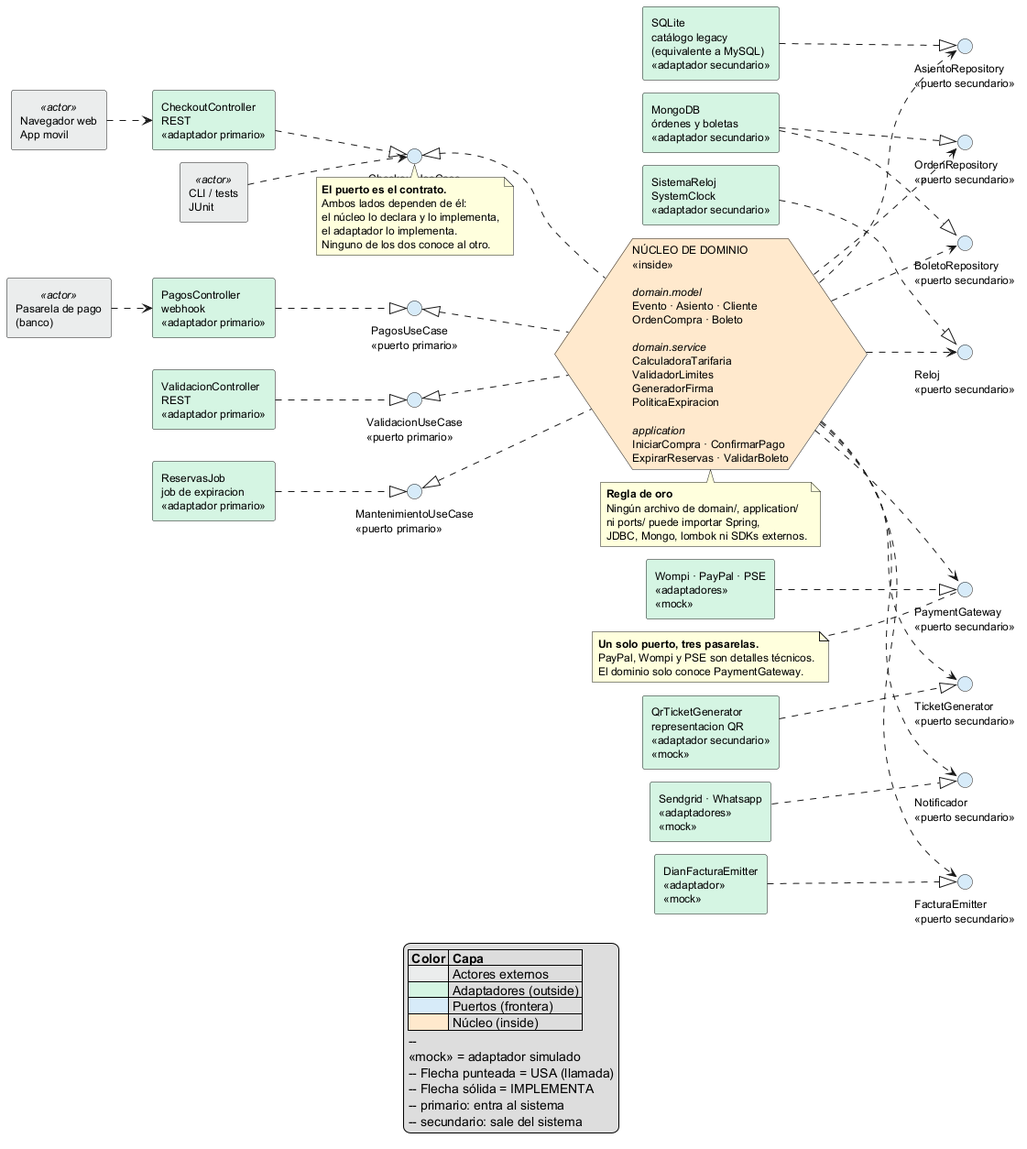
This is Docs/diagramas/png/arquitectura.png from darman-prog/StagePassLiveEvent-ConcertPlatform, a PlantUML export, as it was before one commit.
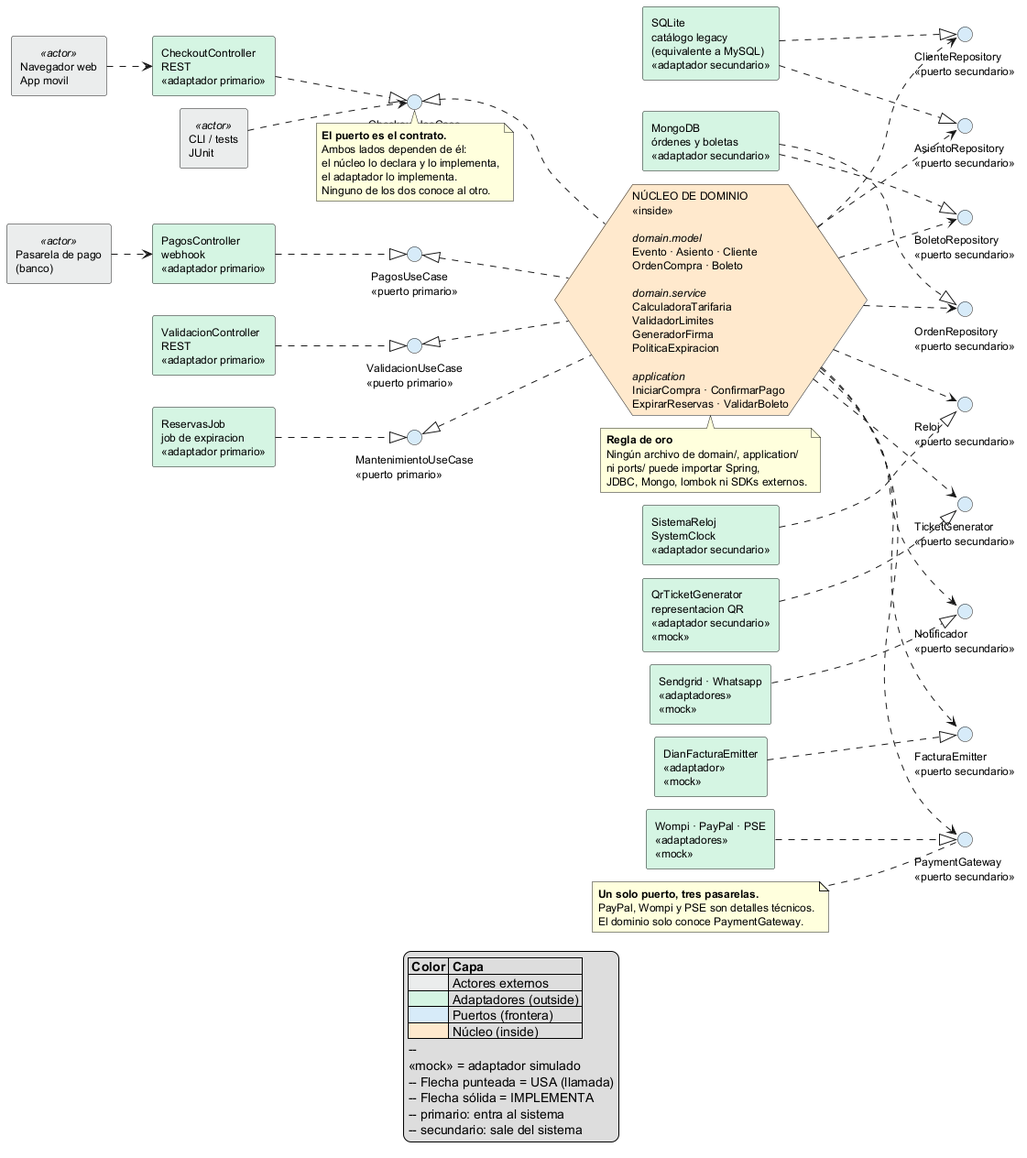
After the commit.

Commit message:
docs(contrato): agrega el puerto ClienteRepository y sincroniza los diagramas

What changed in the source:
```diff
@@ -29,6 +29,7 @@
 interface "AsientoRepository\n<<puerto secundario>>" as S1 #D6EAF8
 interface "OrdenRepository\n<<puerto secundario>>" as S2 #D6EAF8
 interface "BoletoRepository\n<<puerto secundario>>" as S3 #D6EAF8
+interface "ClienteRepository\n<<puerto secundario>>" as S9 #D6EAF8
 interface "Reloj\n<<puerto secundario>>" as S8 #D6EAF8
 interface "PaymentGateway\n<<puerto secundario>>" as S4 #D6EAF8
 interface "TicketGenerator\n<<puerto secundario>>" as S5 #D6EAF8
@@ -60,6 +61,7 @@
 Core ..> S1
 Core ..> S2
 Core ..> S3
+Core ..> S9
 Core ..> S8
 Core ..> S4
 Core ..> S5
@@ -67,6 +69,7 @@
 Core ..> S7
 
 A1 ..|> S1
+A1 ..|> S9
 A2 ..|> S2
 A2 ..|> S3
 A8 ..|> S8
```
